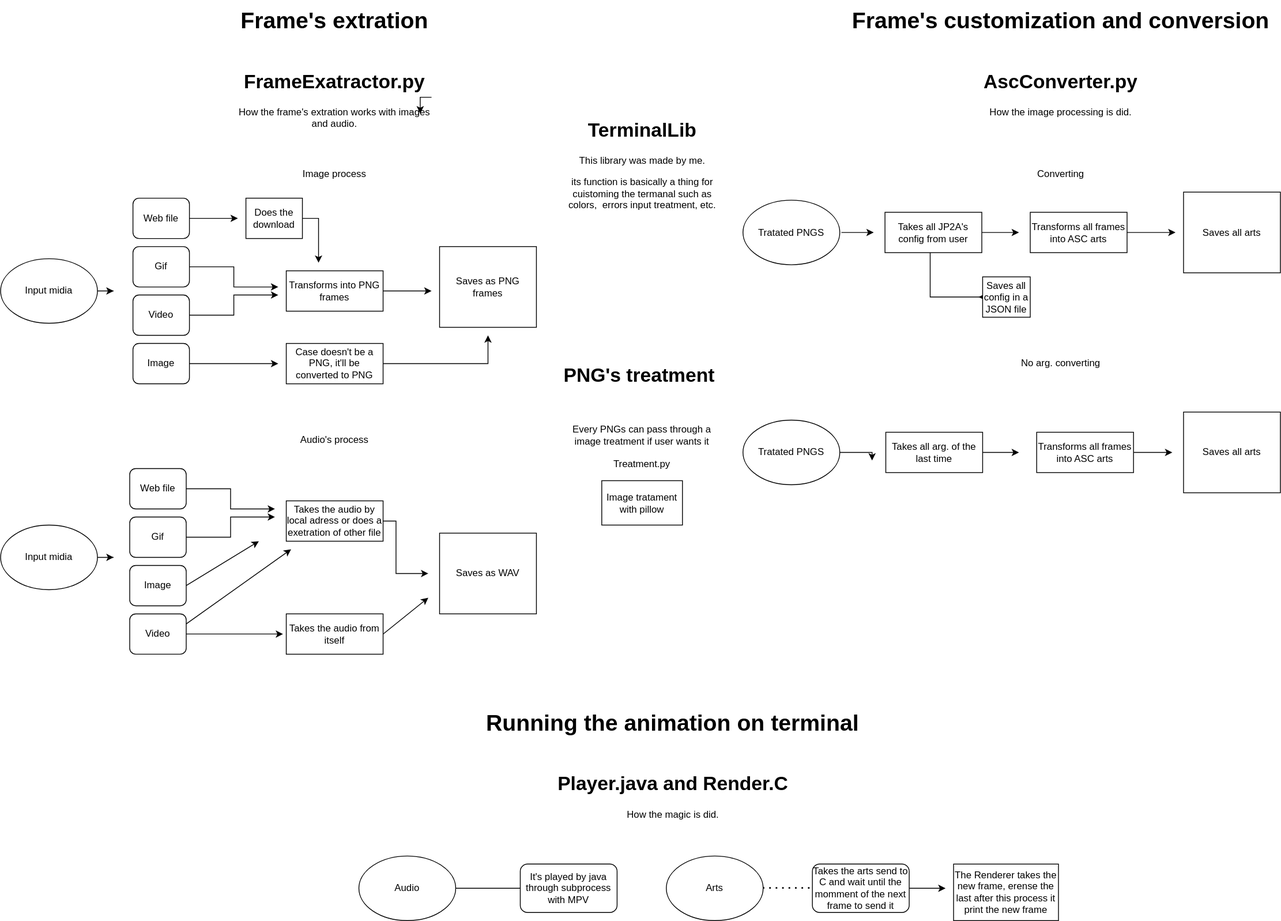
Earlier version of the draw.io export added diagram.svg (miguel-lamazares/Gif2Asc-TerminalMotion). Source tidied: cells renumbered, new cells last; positions are measured from the earlier drawing's top-left corner, leaving out a move shared by most shapes.
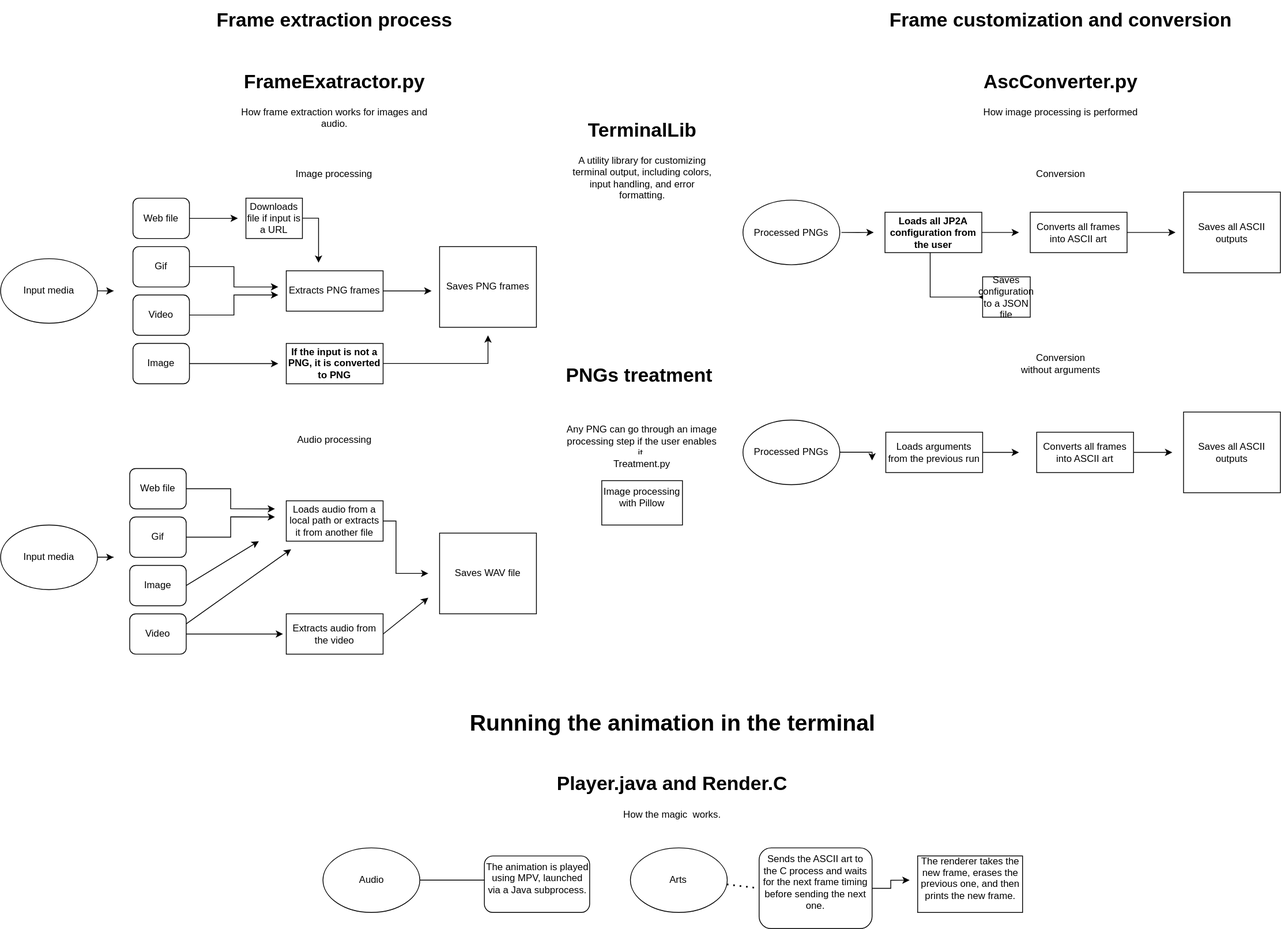
After the commit.

What changed in the source:
```diff
@@ -4,12 +4,7 @@
     <mxCell id="1" parent="0" />
-    <mxCell id="2" style="edgeStyle=orthogonalEdgeStyle;rounded=0;jettySize=auto;html=1;exitX=1;exitY=0.5;exitDx=0;exitDy=0;" parent="1" edge="1" source="3">
-      <mxGeometry relative="1" as="geometry">
-        <mxPoint x="520" y="140" as="targetPoint" />
-      </mxGeometry>
-    </mxCell>
-    <mxCell id="3" value="&lt;h1 style=&quot;margin-top: 0px;&quot;&gt;FrameExatractor.py&lt;/h1&gt;&lt;p&gt;How the frame's extration works with images and audio.&lt;/p&gt;" style="text;html=1;whiteSpace=wrap;overflow=hidden;rounded=0;align=center;" parent="1" vertex="1">
+    <mxCell id="3" value="&lt;h1 style=&quot;margin-top: 0px;&quot;&gt;FrameExatractor.py&lt;/h1&gt;&lt;p&gt;How frame extraction works for images and audio.&lt;/p&gt;" style="text;html=1;whiteSpace=wrap;overflow=hidden;rounded=0;align=center;" parent="1" vertex="1">
       <mxGeometry x="294" y="80" width="240" height="80" as="geometry" />
     </mxCell>
-    <mxCell id="4" value="&lt;font style=&quot;font-size: 28px;&quot;&gt;&lt;b style=&quot;&quot;&gt;Frame's extration&lt;/b&gt;&lt;/font&gt;" style="text;html=1;whiteSpace=wrap;strokeColor=none;fillColor=none;align=center;verticalAlign=middle;rounded=0;" parent="1" vertex="1">
-      <mxGeometry x="296" width="236" height="50" as="geometry" />
+    <mxCell id="4" value="&lt;b&gt;&lt;font style=&quot;font-size: 24px;&quot;&gt;Frame extraction process&lt;/font&gt;&lt;/b&gt;" style="text;html=1;whiteSpace=wrap;strokeColor=none;fillColor=none;align=center;verticalAlign=middle;rounded=0;" parent="1" vertex="1">
+      <mxGeometry x="262" width="304" height="50" as="geometry" />
     </mxCell>
@@ -20,3 +15,3 @@
     </mxCell>
-    <mxCell id="6" value="Input midia" style="ellipse;whiteSpace=wrap;html=1;" parent="1" vertex="1">
+    <mxCell id="6" value="Input media" style="ellipse;whiteSpace=wrap;html=1;" parent="1" vertex="1">
       <mxGeometry y="320" width="120" height="80" as="geometry" />
@@ -60,3 +55,3 @@
     </mxCell>
-    <mxCell id="16" value="Case doesn't be a PNG, it'll be converted to PNG" style="rounded=0;whiteSpace=wrap;html=1;" parent="1" vertex="1">
+    <mxCell id="16" value="&lt;strong&gt;If the input is not a PNG, it is converted to PNG&lt;/strong&gt;" style="rounded=0;whiteSpace=wrap;html=1;" parent="1" vertex="1">
       <mxGeometry x="354" y="425" width="120" height="50" as="geometry" />
@@ -68,3 +63,3 @@
     </mxCell>
-    <mxCell id="18" value="Does the download" style="rounded=0;whiteSpace=wrap;html=1;" parent="1" vertex="1">
+    <mxCell id="18" value="Downloads file if input is a URL" style="rounded=0;whiteSpace=wrap;html=1;" parent="1" vertex="1">
       <mxGeometry x="304" y="245" width="70" height="50" as="geometry" />
@@ -76,9 +71,9 @@
     </mxCell>
-    <mxCell id="20" value="Transforms into PNG frames" style="rounded=0;whiteSpace=wrap;html=1;" parent="1" vertex="1">
+    <mxCell id="20" value="Extracts PNG frames" style="rounded=0;whiteSpace=wrap;html=1;" parent="1" vertex="1">
       <mxGeometry x="354" y="335" width="120" height="50" as="geometry" />
     </mxCell>
-    <mxCell id="21" value="Image process" style="text;html=1;whiteSpace=wrap;strokeColor=none;fillColor=none;align=center;verticalAlign=middle;rounded=0;" parent="1" vertex="1">
-      <mxGeometry x="369" y="200" width="90" height="30" as="geometry" />
+    <mxCell id="21" value="Image processing" style="text;html=1;whiteSpace=wrap;strokeColor=none;fillColor=none;align=center;verticalAlign=middle;rounded=0;" parent="1" vertex="1">
+      <mxGeometry x="363.5" y="200" width="101" height="30" as="geometry" />
     </mxCell>
-    <mxCell id="22" value="Saves as PNG frames" style="rounded=0;whiteSpace=wrap;html=1;" parent="1" vertex="1">
+    <mxCell id="22" value="Saves PNG frames" style="rounded=0;whiteSpace=wrap;html=1;" parent="1" vertex="1">
       <mxGeometry x="544" y="305" width="120" height="100" as="geometry" />
@@ -90,3 +85,3 @@
     </mxCell>
-    <mxCell id="24" value="Input midia" style="ellipse;whiteSpace=wrap;html=1;" parent="1" vertex="1">
+    <mxCell id="24" value="Input media" style="ellipse;whiteSpace=wrap;html=1;" parent="1" vertex="1">
       <mxGeometry y="650" width="120" height="80" as="geometry" />
@@ -129,9 +124,9 @@
     </mxCell>
-    <mxCell id="33" value="Takes the audio by local adress or does a exetration of other file" style="rounded=0;whiteSpace=wrap;html=1;" parent="1" vertex="1">
+    <mxCell id="33" value="Loads audio from a local path or extracts it from another file" style="rounded=0;whiteSpace=wrap;html=1;" parent="1" vertex="1">
       <mxGeometry x="354" y="620" width="120" height="50" as="geometry" />
     </mxCell>
-    <mxCell id="34" value="Takes the audio from&lt;div&gt;itself&lt;/div&gt;" style="rounded=0;whiteSpace=wrap;html=1;" parent="1" vertex="1">
+    <mxCell id="34" value="Extracts audio from the video" style="rounded=0;whiteSpace=wrap;html=1;" parent="1" vertex="1">
       <mxGeometry x="354" y="760" width="120" height="50" as="geometry" />
     </mxCell>
-    <mxCell id="35" value="Audio's process" style="text;html=1;whiteSpace=wrap;strokeColor=none;fillColor=none;align=center;verticalAlign=middle;rounded=0;" parent="1" vertex="1">
+    <mxCell id="35" value="Audio processing" style="text;html=1;whiteSpace=wrap;strokeColor=none;fillColor=none;align=center;verticalAlign=middle;rounded=0;" parent="1" vertex="1">
       <mxGeometry x="366" y="530" width="96" height="30" as="geometry" />
@@ -148,3 +143,3 @@
     </mxCell>
-    <mxCell id="38" value="Saves as WAV" style="rounded=0;whiteSpace=wrap;html=1;" parent="1" vertex="1">
+    <mxCell id="38" value="Saves WAV file" style="rounded=0;whiteSpace=wrap;html=1;" parent="1" vertex="1">
       <mxGeometry x="544" y="660" width="120" height="100" as="geometry" />
@@ -156,6 +151,6 @@
     </mxCell>
-    <mxCell id="40" value="&lt;h1 style=&quot;margin-top: 0px;&quot;&gt;AscConverter.py&lt;/h1&gt;&lt;p&gt;How the image processing is did.&lt;/p&gt;" style="text;html=1;whiteSpace=wrap;overflow=hidden;rounded=0;align=center;" parent="1" vertex="1">
+    <mxCell id="40" value="&lt;h1 style=&quot;margin-top: 0px;&quot;&gt;AscConverter.py&lt;/h1&gt;&lt;p&gt;How image processing is performed&lt;/p&gt;" style="text;html=1;whiteSpace=wrap;overflow=hidden;rounded=0;align=center;" parent="1" vertex="1">
       <mxGeometry x="1194" y="80" width="240" height="80" as="geometry" />
     </mxCell>
-    <mxCell id="41" value="&lt;span style=&quot;font-size: 28px;&quot;&gt;&lt;b&gt;Frame's customization and conversion&lt;/b&gt;&lt;/span&gt;" style="text;html=1;whiteSpace=wrap;strokeColor=none;fillColor=none;align=center;verticalAlign=middle;rounded=0;" parent="1" vertex="1">
+    <mxCell id="41" value="&lt;font style=&quot;font-size: 24px;&quot;&gt;&lt;b&gt;Frame customization and conversion&lt;/b&gt;&lt;/font&gt;" style="text;html=1;whiteSpace=wrap;strokeColor=none;fillColor=none;align=center;verticalAlign=middle;rounded=0;" parent="1" vertex="1">
       <mxGeometry x="1051" width="526" height="50" as="geometry" />
@@ -168,3 +163,3 @@
     </mxCell>
-    <mxCell id="43" value="Tratated PNGS" style="ellipse;whiteSpace=wrap;html=1;" parent="1" vertex="1">
+    <mxCell id="43" value="Processed PNGs" style="ellipse;whiteSpace=wrap;html=1;" parent="1" vertex="1">
       <mxGeometry x="920" y="247.5" width="120" height="80" as="geometry" />
@@ -185,3 +180,3 @@
     </mxCell>
-    <mxCell id="46" value="Takes all JP2A's config from user" style="rounded=0;whiteSpace=wrap;html=1;" parent="1" vertex="1">
+    <mxCell id="46" value="&lt;strong&gt;Loads all JP2A configuration from the user&lt;/strong&gt;" style="rounded=0;whiteSpace=wrap;html=1;" parent="1" vertex="1">
       <mxGeometry x="1096" y="262.5" width="120" height="50" as="geometry" />
@@ -193,9 +188,9 @@
     </mxCell>
-    <mxCell id="48" value="Transforms all frames into ASC arts" style="rounded=0;whiteSpace=wrap;html=1;" parent="1" vertex="1">
+    <mxCell id="48" value="Converts all frames into ASCII art" style="rounded=0;whiteSpace=wrap;html=1;" parent="1" vertex="1">
       <mxGeometry x="1276" y="262.5" width="120" height="50" as="geometry" />
     </mxCell>
-    <mxCell id="49" value="Converting" style="text;html=1;whiteSpace=wrap;strokeColor=none;fillColor=none;align=center;verticalAlign=middle;rounded=0;" parent="1" vertex="1">
+    <mxCell id="49" value="Conversion" style="text;html=1;whiteSpace=wrap;strokeColor=none;fillColor=none;align=center;verticalAlign=middle;rounded=0;" parent="1" vertex="1">
       <mxGeometry x="1269" y="200" width="90" height="30" as="geometry" />
     </mxCell>
-    <mxCell id="50" value="Saves all arts" style="rounded=0;whiteSpace=wrap;html=1;" parent="1" vertex="1">
+    <mxCell id="50" value="Saves all ASCII outputs" style="rounded=0;whiteSpace=wrap;html=1;" parent="1" vertex="1">
       <mxGeometry x="1466" y="237.5" width="120" height="100" as="geometry" />
@@ -210,21 +205,21 @@
     </mxCell>
-    <mxCell id="52" value="Tratated PNGS" style="ellipse;whiteSpace=wrap;html=1;" parent="1" vertex="1">
+    <mxCell id="52" value="Processed PNGs" style="ellipse;whiteSpace=wrap;html=1;" parent="1" vertex="1">
       <mxGeometry x="920" y="520" width="120" height="80" as="geometry" />
     </mxCell>
-    <mxCell id="53" value="No arg. converting" style="text;html=1;whiteSpace=wrap;strokeColor=none;fillColor=none;align=center;verticalAlign=middle;rounded=0;" parent="1" vertex="1">
+    <mxCell id="53" value="Conversion without arguments" style="text;html=1;whiteSpace=wrap;strokeColor=none;fillColor=none;align=center;verticalAlign=middle;rounded=0;" parent="1" vertex="1">
       <mxGeometry x="1262" y="435" width="104" height="30" as="geometry" />
     </mxCell>
-    <mxCell id="54" value="Saves all arts" style="rounded=0;whiteSpace=wrap;html=1;" parent="1" vertex="1">
+    <mxCell id="54" value="Saves all ASCII outputs" style="rounded=0;whiteSpace=wrap;html=1;" parent="1" vertex="1">
       <mxGeometry x="1466" y="510" width="120" height="100" as="geometry" />
     </mxCell>
-    <mxCell id="55" value="&lt;h1 style=&quot;margin-top: 0px;&quot;&gt;TerminalLib&lt;/h1&gt;&lt;p&gt;This library was made by me.&lt;/p&gt;&lt;p&gt;its function is basically a thing for cuistoming the termanal such as colors,&amp;nbsp; errors input treatment&lt;span style=&quot;background-color: transparent; color: light-dark(rgb(0, 0, 0), rgb(255, 255, 255));&quot;&gt;, etc.&lt;/span&gt;&lt;/p&gt;" style="text;html=1;whiteSpace=wrap;overflow=hidden;rounded=0;align=center;" parent="1" vertex="1">
+    <mxCell id="55" value="&lt;h1 style=&quot;margin-top: 0px;&quot;&gt;TerminalLib&lt;/h1&gt;&lt;p&gt;A utility library for customizing terminal output, including colors, input handling, and error formatting.&lt;/p&gt;" style="text;html=1;whiteSpace=wrap;overflow=hidden;rounded=0;align=center;" parent="1" vertex="1">
       <mxGeometry x="702.5" y="140" width="185" height="120" as="geometry" />
     </mxCell>
-    <mxCell id="56" value="Saves all config in a JSON file" style="rounded=0;whiteSpace=wrap;html=1;" parent="1" vertex="1">
+    <mxCell id="56" value="Saves configuration to a JSON file" style="rounded=0;whiteSpace=wrap;html=1;" parent="1" vertex="1">
       <mxGeometry x="1217" y="342.5" width="59" height="50" as="geometry" />
     </mxCell>
-    <mxCell id="57" value="&lt;h1 style=&quot;margin-top: 0px;&quot;&gt;&lt;span style=&quot;background-color: transparent; color: light-dark(rgb(0, 0, 0), rgb(255, 255, 255));&quot;&gt;PNG's treatment&amp;nbsp;&lt;/span&gt;&lt;span style=&quot;background-color: rgb(48, 49, 52); font-family: inherit; font-size: 28px; font-weight: normal;&quot;&gt;&lt;br&gt;&lt;/span&gt;&lt;br&gt;&lt;/h1&gt;&lt;div&gt;Every PNGs can pass through a image treatment if user wants it&lt;/div&gt;" style="text;html=1;whiteSpace=wrap;overflow=hidden;rounded=0;align=center;" parent="1" vertex="1">
+    <mxCell id="57" value="&lt;h1 style=&quot;margin-top: 0px;&quot;&gt;&lt;span style=&quot;background-color: transparent; color: light-dark(rgb(0, 0, 0), rgb(255, 255, 255));&quot;&gt;PNGs treatment&amp;nbsp;&lt;/span&gt;&lt;span style=&quot;background-color: rgb(48, 49, 52); font-family: inherit; font-size: 28px; font-weight: normal;&quot;&gt;&lt;br&gt;&lt;/span&gt;&lt;br&gt;&lt;/h1&gt;&lt;div&gt;Any PNG can go through an image processing step if the user enables it.&lt;/div&gt;" style="text;html=1;whiteSpace=wrap;overflow=hidden;rounded=0;align=center;" parent="1" vertex="1">
       <mxGeometry x="695" y="440" width="200" height="120" as="geometry" />
     </mxCell>
-    <mxCell id="58" value="Image tratament with pillow" style="rounded=0;whiteSpace=wrap;html=1;" parent="1" vertex="1">
+    <mxCell id="58" value="&lt;div&gt;Image processing with Pillow&lt;/div&gt;&lt;div&gt;&lt;br&gt;&lt;/div&gt;" style="rounded=0;whiteSpace=wrap;html=1;" parent="1" vertex="1">
       <mxGeometry x="745" y="595" width="100" height="55" as="geometry" />
@@ -239,3 +234,3 @@
     </mxCell>
-    <mxCell id="61" value="Transforms all frames into ASC arts" style="rounded=0;whiteSpace=wrap;html=1;" parent="1" vertex="1">
+    <mxCell id="61" value="Converts all frames into ASCII art" style="rounded=0;whiteSpace=wrap;html=1;" parent="1" vertex="1">
       <mxGeometry x="1284" y="535" width="120" height="50" as="geometry" />
@@ -247,9 +242,9 @@
     </mxCell>
-    <mxCell id="63" value="Takes all arg. of the last time" style="rounded=0;whiteSpace=wrap;html=1;" parent="1" vertex="1">
+    <mxCell id="63" value="Loads arguments from the previous run" style="rounded=0;whiteSpace=wrap;html=1;" parent="1" vertex="1">
       <mxGeometry x="1097" y="535" width="120" height="50" as="geometry" />
     </mxCell>
-    <mxCell id="64" value="&lt;span style=&quot;font-size: 28px;&quot;&gt;&lt;b&gt;Running the animation on terminal&lt;/b&gt;&lt;/span&gt;" style="text;html=1;whiteSpace=wrap;strokeColor=none;fillColor=none;align=center;verticalAlign=middle;rounded=0;" parent="1" vertex="1">
+    <mxCell id="64" value="&lt;span style=&quot;font-size: 28px;&quot;&gt;&lt;b&gt;Running the animation in the terminal&lt;/b&gt;&lt;/span&gt;" style="text;html=1;whiteSpace=wrap;strokeColor=none;fillColor=none;align=center;verticalAlign=middle;rounded=0;" parent="1" vertex="1">
       <mxGeometry x="570" y="870" width="526" height="50" as="geometry" />
     </mxCell>
-    <mxCell id="65" value="&lt;h1 style=&quot;margin-top: 0px;&quot;&gt;Player.java and Render.C&lt;/h1&gt;&lt;p&gt;How the magic is did.&lt;/p&gt;" style="text;html=1;whiteSpace=wrap;overflow=hidden;rounded=0;align=center;" parent="1" vertex="1">
+    <mxCell id="65" value="&lt;h1 style=&quot;margin-top: 0px;&quot;&gt;Player.java and Render.C&lt;/h1&gt;&lt;p&gt;How the magic&amp;nbsp; works.&lt;/p&gt;" style="text;html=1;whiteSpace=wrap;overflow=hidden;rounded=0;align=center;" parent="1" vertex="1">
       <mxGeometry x="684.5" y="950" width="297" height="80" as="geometry" />
@@ -258,3 +253,3 @@
       <mxGeometry relative="1" as="geometry">
-        <mxPoint x="724" y="1100" as="targetPoint" />
+        <mxPoint x="679.5" y="1090" as="targetPoint" />
       </mxGeometry>
@@ -262,9 +257,9 @@
     <mxCell id="67" value="Audio" style="ellipse;whiteSpace=wrap;html=1;" parent="1" vertex="1">
-      <mxGeometry x="444" y="1060" width="120" height="80" as="geometry" />
+      <mxGeometry x="399.5" y="1050" width="120" height="80" as="geometry" />
     </mxCell>
     <mxCell id="68" value="Arts" style="ellipse;whiteSpace=wrap;html=1;" parent="1" vertex="1">
-      <mxGeometry x="825" y="1060" width="120" height="80" as="geometry" />
+      <mxGeometry x="780.5" y="1050" width="120" height="80" as="geometry" />
     </mxCell>
-    <mxCell id="69" value="It's played by java through subprocess with MPV" style="rounded=1;whiteSpace=wrap;html=1;" parent="1" vertex="1">
-      <mxGeometry x="644" y="1070" width="120" height="60" as="geometry" />
+    <mxCell id="69" value="&lt;div&gt;The animation is played using MPV, launched via a Java subprocess.&lt;/div&gt;&lt;div&gt;&lt;br&gt;&lt;/div&gt;" style="rounded=1;whiteSpace=wrap;html=1;" parent="1" vertex="1">
+      <mxGeometry x="599.5" y="1060" width="130.5" height="70" as="geometry" />
     </mxCell>
@@ -272,7 +267,7 @@
       <mxGeometry relative="1" as="geometry">
-        <mxPoint x="1171" y="1100" as="targetPoint" />
+        <mxPoint x="1126.5" y="1090" as="targetPoint" />
       </mxGeometry>
     </mxCell>
-    <mxCell id="71" value="Takes the arts send to C and wait until the momment of the next frame to send it" style="rounded=1;whiteSpace=wrap;html=1;" parent="1" vertex="1">
-      <mxGeometry x="1006" y="1070" width="120" height="60" as="geometry" />
+    <mxCell id="71" value="&lt;div&gt;Sends the ASCII art to the C process and waits for the next frame timing before sending the next one.&lt;/div&gt;&lt;div&gt;&lt;br&gt;&lt;/div&gt;" style="rounded=1;whiteSpace=wrap;html=1;" parent="1" vertex="1">
+      <mxGeometry x="940" y="1050" width="140" height="100" as="geometry" />
     </mxCell>
@@ -281,4 +276,4 @@
     </mxCell>
-    <mxCell id="73" value="The Renderer takes the new frame, erense the last after this process it print the new frame" style="rounded=0;whiteSpace=wrap;html=1;" parent="1" vertex="1">
-      <mxGeometry x="1181" y="1070" width="130" height="70" as="geometry" />
+    <mxCell id="73" value="&lt;div&gt;The renderer takes the new frame, erases the previous one, and then prints the new frame.&lt;/div&gt;&lt;div&gt;&lt;br&gt;&lt;/div&gt;" style="rounded=0;whiteSpace=wrap;html=1;" parent="1" vertex="1">
+      <mxGeometry x="1136.5" y="1060" width="130" height="70" as="geometry" />
     </mxCell>
```
